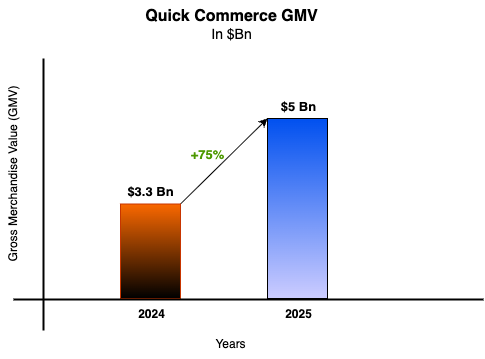
Above: Q-Commerce GMV.drawio.png in Aggarwal-Bhavya/Case-Study-Graphs-And-Diagrams (draw.io), before the change. Source tidied: cells renumbered, new cells last; positions are measured from the earlier drawing's top-left corner, leaving out a move shared by most shapes. Its diagram source:
```xml
<mxGraphModel background="light-dark(#FFFFFF,#FFFFFF)">
  <root>
    <mxCell id="0" />
    <mxCell id="1" parent="0" />
    <mxCell id="2" style="endArrow=classic;html=1;rounded=0;entryX=1;entryY=0;entryDx=0;entryDy=0;strokeColor=light-dark(#000000,#808080);exitX=1;exitY=1;exitDx=0;exitDy=0;" parent="1" edge="1" source="4" target="5">
      <mxGeometry relative="1" as="geometry" />
    </mxCell>
    <mxCell id="3" style="shape=partialRectangle;whiteSpace=wrap;html=1;right=0;top=0;bottom=0;fillColor=none;routingCenterX=-0.5;strokeWidth=2;strokeColor=light-dark(#000000,#0D0D0D);" parent="1" vertex="1">
      <mxGeometry x="127" y="59" width="110" height="270" as="geometry" />
    </mxCell>
    <mxCell id="4" style="rounded=0;whiteSpace=wrap;html=1;rotation=-90;fillColor=#fa6800;fontColor=#000000;strokeColor=#C73500;gradientDirection=west;gradientColor=light-dark(#000000,#FFB366);" parent="1" vertex="1">
      <mxGeometry x="186.8" y="220.8" width="94.5" height="60" as="geometry" />
    </mxCell>
    <mxCell id="5" style="rounded=0;whiteSpace=wrap;html=1;rotation=-90;fillColor=light-dark(#0050EF,#FA6800);fontColor=#ffffff;strokeColor=light-dark(#000000,#FF9164);gradientColor=light-dark(#CCCCFF,#FFB366);gradientDirection=west;" parent="1" vertex="1">
      <mxGeometry x="291" y="178" width="180" height="60" as="geometry" />
    </mxCell>
    <mxCell id="6" value="&lt;span style=&quot;font-size: 13px;&quot;&gt;&lt;b&gt;$3.3 Bn&lt;/b&gt;&lt;/span&gt;" style="text;html=1;align=center;verticalAlign=middle;fontColor=light-dark(#000000,#0D0D0D);" parent="1" vertex="1">
      <mxGeometry x="202" y="177" width="64" height="28" as="geometry" />
    </mxCell>
    <mxCell id="7" value="&lt;span style=&quot;font-size: 13px;&quot;&gt;&lt;b&gt;$5 Bn&lt;/b&gt;&lt;/span&gt;" style="text;html=1;align=center;verticalAlign=middle;strokeColor=none;fillColor=none;fontColor=light-dark(#000000,#0D0D0D);" parent="1" vertex="1">
      <mxGeometry x="355" y="92" width="53" height="28" as="geometry" />
    </mxCell>
    <mxCell id="8" style="endArrow=none;html=1;rounded=0;strokeWidth=2;strokeColor=light-dark(#000000,#0D0D0D);" parent="1" edge="1">
      <mxGeometry relative="1" as="geometry">
        <mxPoint x="97" y="299" as="sourcePoint" />
        <mxPoint x="567" y="299" as="targetPoint" />
      </mxGeometry>
    </mxCell>
    <mxCell id="9" value="&lt;font style=&quot;color: light-dark(rgb(0, 0, 0), rgb(13, 13, 13));&quot;&gt;&lt;b&gt;2024&lt;/b&gt;&lt;/font&gt;" style="text;html=1;align=center;verticalAlign=middle;strokeColor=none;fillColor=none;" parent="1" vertex="1">
      <mxGeometry x="212" y="301" width="45" height="26" as="geometry" />
    </mxCell>
    <mxCell id="10" value="&lt;font style=&quot;color: light-dark(rgb(0, 0, 0), rgb(13, 13, 13));&quot;&gt;&lt;b style=&quot;&quot;&gt;2025&lt;/b&gt;&lt;/font&gt;" style="text;html=1;align=center;verticalAlign=middle;strokeColor=none;fillColor=none;" parent="1" vertex="1">
      <mxGeometry x="359" y="301" width="45" height="26" as="geometry" />
    </mxCell>
    <mxCell id="11" value="&lt;font color=&quot;#4d9900&quot;&gt;&lt;span style=&quot;font-size: 13px;&quot;&gt;&lt;b&gt;+75%&lt;/b&gt;&lt;/span&gt;&lt;/font&gt;" style="text;html=1;align=center;verticalAlign=middle;fontColor=light-dark(#000000,#0D0D0D);" parent="1" vertex="1">
      <mxGeometry x="265" y="140" width="52" height="28" as="geometry" />
    </mxCell>
    <mxCell id="12" value="&lt;font style=&quot;color: light-dark(rgb(0, 0, 0), rgb(13, 13, 13));&quot;&gt;Gross Merchandise Value (GMV)&lt;/font&gt;" style="text;html=1;align=center;verticalAlign=middle;strokeColor=none;fillColor=none;rotation=-90;" parent="1" vertex="1">
      <mxGeometry y="161" width="194" height="26" as="geometry" />
    </mxCell>
    <mxCell id="13" value="&lt;font style=&quot;color: light-dark(rgb(0, 0, 0), rgb(0, 0, 0));&quot;&gt;Years&lt;/font&gt;" style="text;html=1;align=center;verticalAlign=middle;strokeColor=none;fillColor=none;rotation=0;" parent="1" vertex="1">
      <mxGeometry x="289" y="329" width="50" height="30" as="geometry" />
    </mxCell>
    <mxCell id="14" value="&lt;font style=&quot;color: light-dark(rgb(0, 0, 0), rgb(0, 0, 0)); font-size: 16px;&quot;&gt;&lt;b style=&quot;&quot;&gt;Quick Commerce GMV&lt;/b&gt;&lt;/font&gt;&lt;div&gt;&lt;font style=&quot;color: light-dark(rgb(0, 0, 0), rgb(0, 0, 0)); font-size: 14px;&quot;&gt;In $Bn&lt;/font&gt;&lt;/div&gt;" style="text;html=1;align=center;verticalAlign=middle;strokeColor=none;fillColor=none;" parent="1" vertex="1">
      <mxGeometry x="219" width="191" height="48" as="geometry" />
    </mxCell>
  </root>
</mxGraphModel>
```
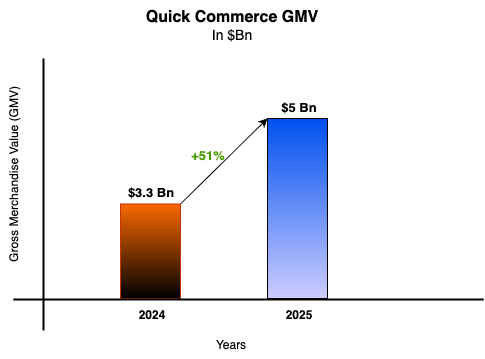
Above is the later version.

Change to the diagram source:
```diff
@@ -32,7 +32,7 @@
     <mxCell id="10" value="&lt;font style=&quot;color: light-dark(rgb(0, 0, 0), rgb(13, 13, 13));&quot;&gt;&lt;b style=&quot;&quot;&gt;2025&lt;/b&gt;&lt;/font&gt;" style="text;html=1;align=center;verticalAlign=middle;strokeColor=none;fillColor=none;" parent="1" vertex="1">
       <mxGeometry x="359" y="301" width="45" height="26" as="geometry" />
     </mxCell>
-    <mxCell id="11" value="&lt;font color=&quot;#4d9900&quot;&gt;&lt;span style=&quot;font-size: 13px;&quot;&gt;&lt;b&gt;+75%&lt;/b&gt;&lt;/span&gt;&lt;/font&gt;" style="text;html=1;align=center;verticalAlign=middle;fontColor=light-dark(#000000,#0D0D0D);" parent="1" vertex="1">
+    <mxCell id="11" value="&lt;font color=&quot;#4d9900&quot;&gt;&lt;span style=&quot;font-size: 13px;&quot;&gt;&lt;b&gt;+51%&lt;/b&gt;&lt;/span&gt;&lt;/font&gt;" style="text;html=1;align=center;verticalAlign=middle;fontColor=light-dark(#000000,#0D0D0D);" parent="1" vertex="1">
       <mxGeometry x="265" y="140" width="52" height="28" as="geometry" />
     </mxCell>
     <mxCell id="12" value="&lt;font style=&quot;color: light-dark(rgb(0, 0, 0), rgb(13, 13, 13));&quot;&gt;Gross Merchandise Value (GMV)&lt;/font&gt;" style="text;html=1;align=center;verticalAlign=middle;strokeColor=none;fillColor=none;rotation=-90;" parent="1" vertex="1">
```
